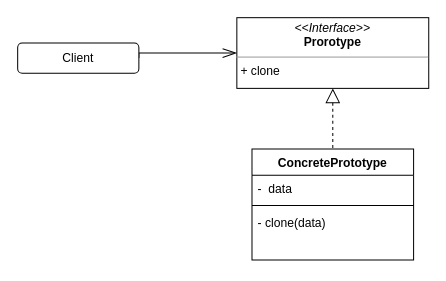
This is page "prototype" (4 of 10) of Pattern Fabrica.drawio from isamarcev/patterns, a draw.io file, before an edit. Source tidied: cells renumbered, new cells numbered last; positions are measured from the earlier drawing's top-left corner, leaving out a move shared by most shapes. Both pictures are drawn from the tidied source at 101%, with x=0, y=0 at pixel (17, 17).
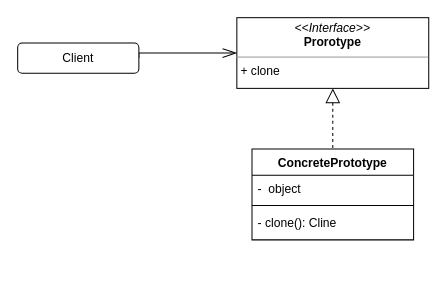
After the change.

The edit, as a diff of the source:
```diff
@@
 <mxGraphModel>
   <root>
     <mxCell id="0" />
     <mxCell id="1" parent="0" />
     <mxCell id="2" value="ConcretePrototype" style="swimlane;fontStyle=1;align=center;verticalAlign=top;horizontal=1;startSize=26;" parent="1" vertex="1">
-      <mxGeometry x="232" y="130" width="160" height="110" as="geometry" />
+      <mxGeometry x="232" y="130" width="160" height="90" as="geometry" />
     </mxCell>
-    <mxCell id="3" value="-  data" style="text;strokeColor=none;fillColor=none;align=left;verticalAlign=top;spacingLeft=4;spacingRight=4;overflow=hidden;" parent="2" vertex="1">
+    <mxCell id="3" value="-  object" style="text;strokeColor=none;fillColor=none;align=left;verticalAlign=top;spacingLeft=4;spacingRight=4;overflow=hidden;" parent="2" vertex="1">
       <mxGeometry y="26" width="160" height="26" as="geometry" />
     </mxCell>
     <mxCell id="4" style="line;strokeWidth=1;fillColor=none;align=left;verticalAlign=middle;spacingTop=-1;spacingLeft=3;spacingRight=3;labelPosition=right;" parent="2" vertex="1">
       <mxGeometry y="52" width="160" height="8" as="geometry" />
     </mxCell>
-    <mxCell id="5" value="- clone(data)" style="text;strokeColor=none;fillColor=none;align=left;verticalAlign=top;spacingLeft=4;spacingRight=4;overflow=hidden;" parent="2" vertex="1">
-      <mxGeometry y="60" width="160" height="50" as="geometry" />
+    <mxCell id="5" value="- clone(): Cline" style="text;strokeColor=none;fillColor=none;align=left;verticalAlign=top;spacingLeft=4;spacingRight=4;overflow=hidden;" parent="2" vertex="1">
+      <mxGeometry y="60" width="160" height="30" as="geometry" />
     </mxCell>
     <mxCell id="6" style="edgeStyle=orthogonalEdgeStyle;rounded=0;jettySize=auto;html=1;exitX=0;exitY=0.5;exitDx=0;exitDy=0;entryX=1;entryY=0.5;entryDx=0;entryDy=0;startArrow=openThin;startFill=0;endArrow=none;endFill=0;startSize=12;endSize=10;strokeColor=default;strokeWidth=1;" parent="1" edge="1" source="8" target="9">
       <mxGeometry relative="1" as="geometry">
         <Array as="points">
           <mxPoint x="120" y="35" />
         </Array>
       </mxGeometry>
     </mxCell>
     <mxCell id="7" style="edgeStyle=orthogonalEdgeStyle;rounded=0;jettySize=auto;html=1;exitX=0.5;exitY=1;exitDx=0;exitDy=0;startArrow=block;startFill=0;endArrow=none;endFill=0;startSize=12;endSize=10;strokeColor=default;strokeWidth=1;dashed=1;" parent="1" edge="1" source="8" target="2">
       <mxGeometry relative="1" as="geometry" />
     </mxCell>
     <mxCell id="8" value="&lt;p style=&quot;margin:0px;margin-top:4px;text-align:center;&quot;&gt;&lt;i&gt;&amp;lt;&amp;lt;Interface&amp;gt;&amp;gt;&lt;/i&gt;&lt;br&gt;&lt;b&gt;Prorotype&lt;/b&gt;&lt;/p&gt;&lt;hr size=&quot;1&quot;&gt;&lt;p style=&quot;margin:0px;margin-left:4px;&quot;&gt;+ clone&lt;/p&gt;" style="verticalAlign=top;align=left;overflow=fill;fontSize=12;fontFamily=Helvetica;html=1;" parent="1" vertex="1">
       <mxGeometry x="217" width="190" height="70" as="geometry" />
     </mxCell>
     <mxCell id="9" value="Client" style="rounded=1;whiteSpace=wrap;html=1;" parent="1" vertex="1">
       <mxGeometry y="25" width="120" height="30" as="geometry" />
     </mxCell>
   </root>
 </mxGraphModel>
```
